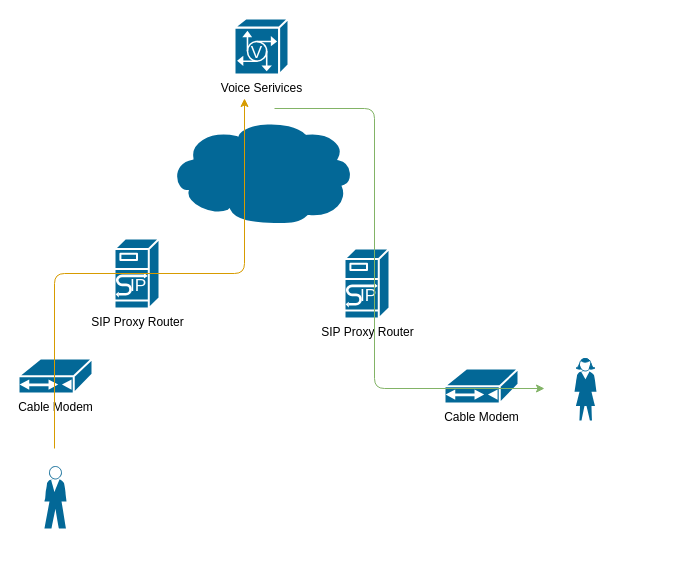
Before: page "VOIP framework" (3 of 3) of Cable_Modem_Architecture_Sample.drawio in nelsonchung/drawio, a draw.io diagram. Source tidied: cells renumbered, new cells numbered last; positions are measured from the earlier drawing's top-left corner, leaving out a move shared by most shapes. Both pictures are drawn from the tidied source at 100%, with x=0, y=0 at pixel (18, 18).
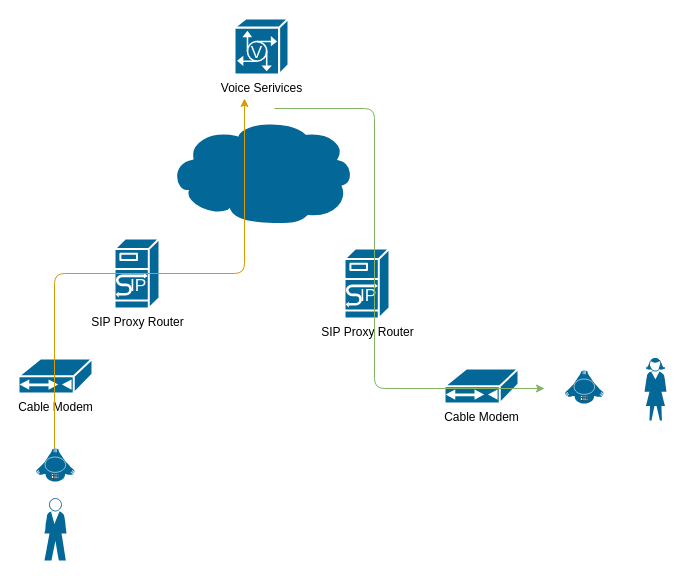
The same page after the edit.

Commit message:
[Cable_Modem_Architecture_Sample] Add telephone icon.

Change to the diagram source:
```diff
@@
 <mxGraphModel>
   <root>
     <mxCell id="0" />
     <mxCell id="1" parent="0" />
     <mxCell id="2" value="SIP Proxy Router" style="shape=mxgraph.cisco.servers.sip_proxy_server;html=1;dashed=0;fillColor=#036897;strokeColor=#ffffff;strokeWidth=2;verticalLabelPosition=bottom;verticalAlign=top;align=center;" parent="1" vertex="1">
       <mxGeometry x="96" y="220" width="45" height="70" as="geometry" />
     </mxCell>
     <mxCell id="3" value="Voice Serivices" style="shape=mxgraph.cisco.servers.voice_commserver;html=1;dashed=0;fillColor=#036897;strokeColor=#ffffff;strokeWidth=2;verticalLabelPosition=bottom;verticalAlign=top;align=center;" parent="1" vertex="1">
       <mxGeometry x="216" width="54" height="56" as="geometry" />
     </mxCell>
     <mxCell id="4" value="Cable Modem" style="shape=mxgraph.cisco.modems_and_phones.cable_modem;html=1;dashed=0;fillColor=#036897;strokeColor=#ffffff;strokeWidth=2;verticalLabelPosition=bottom;verticalAlign=top;align=center;" parent="1" vertex="1">
       <mxGeometry y="340" width="74" height="35" as="geometry" />
     </mxCell>
     <mxCell id="5" value="SIP Proxy Router" style="shape=mxgraph.cisco.servers.sip_proxy_server;html=1;dashed=0;fillColor=#036897;strokeColor=#ffffff;strokeWidth=2;verticalLabelPosition=bottom;verticalAlign=top;align=center;" parent="1" vertex="1">
       <mxGeometry x="326" y="230" width="45" height="70" as="geometry" />
     </mxCell>
     <mxCell id="6" value="Cable Modem" style="shape=mxgraph.cisco.modems_and_phones.cable_modem;html=1;dashed=0;fillColor=#036897;strokeColor=#ffffff;strokeWidth=2;verticalLabelPosition=bottom;verticalAlign=top;align=center;" parent="1" vertex="1">
       <mxGeometry x="426" y="350" width="74" height="35" as="geometry" />
     </mxCell>
     <mxCell id="7" style="shape=mxgraph.cisco.people.standing_man;html=1;dashed=0;fillColor=#036897;strokeColor=#ffffff;strokeWidth=2;verticalLabelPosition=bottom;verticalAlign=top;align=center;" parent="1" vertex="1">
-      <mxGeometry x="26" y="448" width="22" height="62" as="geometry" />
+      <mxGeometry x="26" y="480" width="22" height="62" as="geometry" />
     </mxCell>
     <mxCell id="8" style="shape=mxgraph.cisco.people.standing_woman;html=1;dashed=0;fillColor=#036897;strokeColor=#ffffff;strokeWidth=2;verticalLabelPosition=bottom;verticalAlign=top;align=center;" parent="1" vertex="1">
-      <mxGeometry x="556" y="340" width="22" height="62" as="geometry" />
+      <mxGeometry x="626" y="340" width="22" height="62" as="geometry" />
     </mxCell>
     <mxCell id="9" style="shape=mxgraph.cisco.storage.cloud;html=1;dashed=0;fillColor=#036897;strokeColor=#ffffff;strokeWidth=2;verticalLabelPosition=bottom;verticalAlign=top;align=center;" parent="1" vertex="1">
       <mxGeometry x="150" y="100" width="186" height="106" as="geometry" />
     </mxCell>
     <mxCell id="10" style="edgeStyle=elbowEdgeStyle;elbow=vertical;endArrow=classic;html=1;fillColor=#ffe6cc;strokeColor=#d79b00;" parent="1" edge="1">
       <mxGeometry relative="1" as="geometry">
         <mxPoint x="36" y="430" as="sourcePoint" />
         <mxPoint x="226" y="80" as="targetPoint" />
       </mxGeometry>
     </mxCell>
     <mxCell id="11" style="edgeStyle=elbowEdgeStyle;elbow=horizontal;endArrow=classic;html=1;fillColor=#d5e8d4;strokeColor=#82b366;" parent="1" edge="1">
       <mxGeometry relative="1" as="geometry">
         <mxPoint x="256" y="90" as="sourcePoint" />
         <mxPoint x="526" y="370" as="targetPoint" />
         <Array as="points">
           <mxPoint x="356" y="300" />
         </Array>
       </mxGeometry>
     </mxCell>
+    <mxCell id="12" style="shape=mxgraph.cisco.misc.octel;html=1;dashed=0;fillColor=#036897;strokeColor=#ffffff;strokeWidth=2;verticalLabelPosition=bottom;verticalAlign=top;align=center;" parent="1" vertex="1">
+      <mxGeometry x="546" y="352" width="40" height="33" as="geometry" />
+    </mxCell>
+    <mxCell id="13" style="shape=mxgraph.cisco.misc.octel;html=1;dashed=0;fillColor=#036897;strokeColor=#ffffff;strokeWidth=2;verticalLabelPosition=bottom;verticalAlign=top;align=center;" parent="1" vertex="1">
+      <mxGeometry x="17" y="430" width="40" height="33" as="geometry" />
+    </mxCell>
   </root>
 </mxGraphModel>
```
